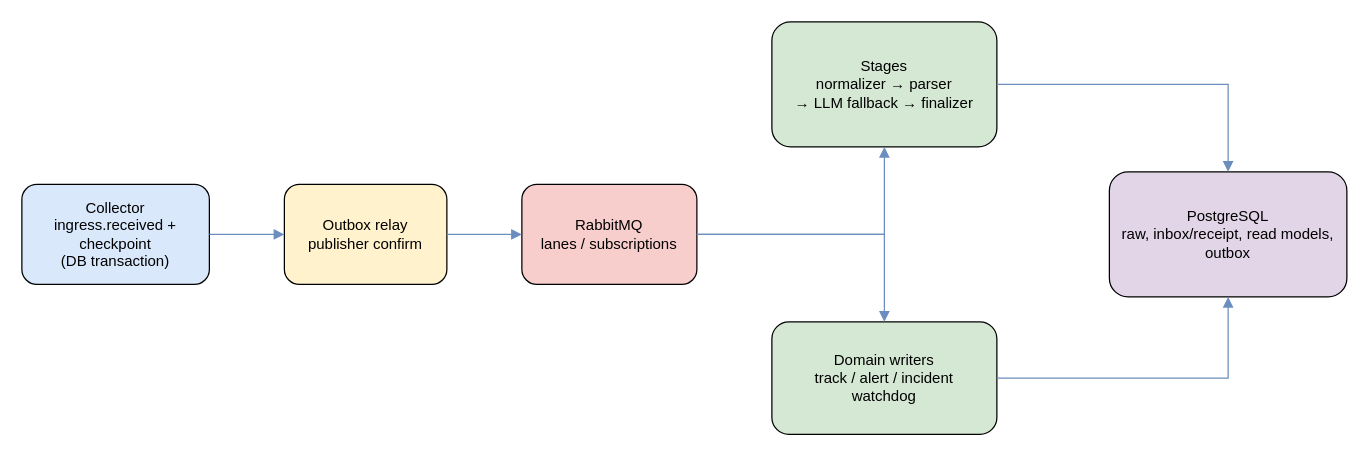
sql-monk/Puluj-g keeps this draw.io diagram as docs/diagrams/message-processing-pipeline.drawio. Above is the earlier version. Source tidied: cells renumbered, new cells numbered last; positions are measured from the earlier drawing's top-left corner, leaving out a move shared by most shapes. Both pictures are drawn from the tidied source at 125%, with x=0, y=0 at pixel (21, 21).
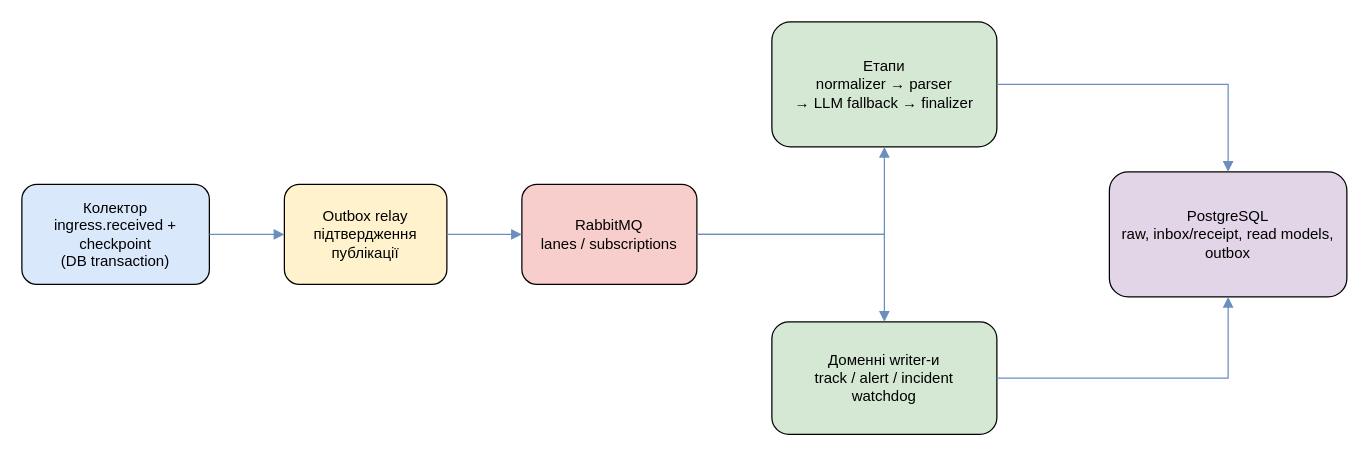
The same diagram, later.

Change to the diagram source:
```diff
@@
 <mxGraphModel>
   <root>
     <mxCell id="0" />
     <mxCell id="1" parent="0" />
-    <mxCell id="2" value="Collector&#10;ingress.received + checkpoint&#10;(DB transaction)" style="rounded=1;whiteSpace=wrap;html=1;fillColor=#dae8fc;" parent="1" vertex="1">
+    <mxCell id="2" value="Колектор&#10;ingress.received + checkpoint&#10;(DB transaction)" style="rounded=1;whiteSpace=wrap;html=1;fillColor=#dae8fc;" parent="1" vertex="1">
       <mxGeometry y="130" width="150" height="80" as="geometry" />
     </mxCell>
-    <mxCell id="3" value="Outbox relay&#10;publisher confirm" style="rounded=1;whiteSpace=wrap;html=1;fillColor=#fff2cc;" parent="1" vertex="1">
+    <mxCell id="3" value="Outbox relay&#10;підтвердження публікації" style="rounded=1;whiteSpace=wrap;html=1;fillColor=#fff2cc;" parent="1" vertex="1">
       <mxGeometry x="210" y="130" width="130" height="80" as="geometry" />
     </mxCell>
     <mxCell id="4" value="RabbitMQ&#10;lanes / subscriptions" style="rounded=1;whiteSpace=wrap;html=1;fillColor=#f8cecc;" parent="1" vertex="1">
       <mxGeometry x="400" y="130" width="140" height="80" as="geometry" />
     </mxCell>
-    <mxCell id="5" value="Stages&#10;normalizer → parser&#10;→ LLM fallback → finalizer" style="rounded=1;whiteSpace=wrap;html=1;fillColor=#d5e8d4;" parent="1" vertex="1">
+    <mxCell id="5" value="Етапи&#10;normalizer → parser&#10;→ LLM fallback → finalizer" style="rounded=1;whiteSpace=wrap;html=1;fillColor=#d5e8d4;" parent="1" vertex="1">
       <mxGeometry x="600" width="180" height="100" as="geometry" />
     </mxCell>
-    <mxCell id="6" value="Domain writers&#10;track / alert / incident&#10;watchdog" style="rounded=1;whiteSpace=wrap;html=1;fillColor=#d5e8d4;" parent="1" vertex="1">
+    <mxCell id="6" value="Доменні writer-и&#10;track / alert / incident&#10;watchdog" style="rounded=1;whiteSpace=wrap;html=1;fillColor=#d5e8d4;" parent="1" vertex="1">
       <mxGeometry x="600" y="240" width="180" height="90" as="geometry" />
     </mxCell>
     <mxCell id="7" value="PostgreSQL&#10;raw, inbox/receipt, read models, outbox" style="rounded=1;whiteSpace=wrap;html=1;fillColor=#e1d5e7;" parent="1" vertex="1">
       <mxGeometry x="870" y="120" width="190" height="100" as="geometry" />
     </mxCell>
     <mxCell id="8" style="edgeStyle=orthogonalEdgeStyle;rounded=0;html=1;endArrow=block;strokeColor=#6c8ebf;" parent="1" edge="1" source="2" target="3">
       <mxGeometry relative="1" as="geometry" />
     </mxCell>
     <mxCell id="9" style="edgeStyle=orthogonalEdgeStyle;rounded=0;html=1;endArrow=block;strokeColor=#6c8ebf;" parent="1" edge="1" source="3" target="4">
       <mxGeometry relative="1" as="geometry" />
     </mxCell>
     <mxCell id="10" style="edgeStyle=orthogonalEdgeStyle;rounded=0;html=1;endArrow=block;strokeColor=#6c8ebf;" parent="1" edge="1" source="4" target="5">
       <mxGeometry relative="1" as="geometry" />
     </mxCell>
     <mxCell id="11" style="edgeStyle=orthogonalEdgeStyle;rounded=0;html=1;endArrow=block;strokeColor=#6c8ebf;" parent="1" edge="1" source="4" target="6">
       <mxGeometry relative="1" as="geometry" />
     </mxCell>
     <mxCell id="12" style="edgeStyle=orthogonalEdgeStyle;rounded=0;html=1;endArrow=block;strokeColor=#6c8ebf;" parent="1" edge="1" source="5" target="7">
       <mxGeometry relative="1" as="geometry" />
     </mxCell>
     <mxCell id="13" style="edgeStyle=orthogonalEdgeStyle;rounded=0;html=1;endArrow=block;strokeColor=#6c8ebf;" parent="1" edge="1" source="6" target="7">
       <mxGeometry relative="1" as="geometry" />
     </mxCell>
   </root>
 </mxGraphModel>
```
